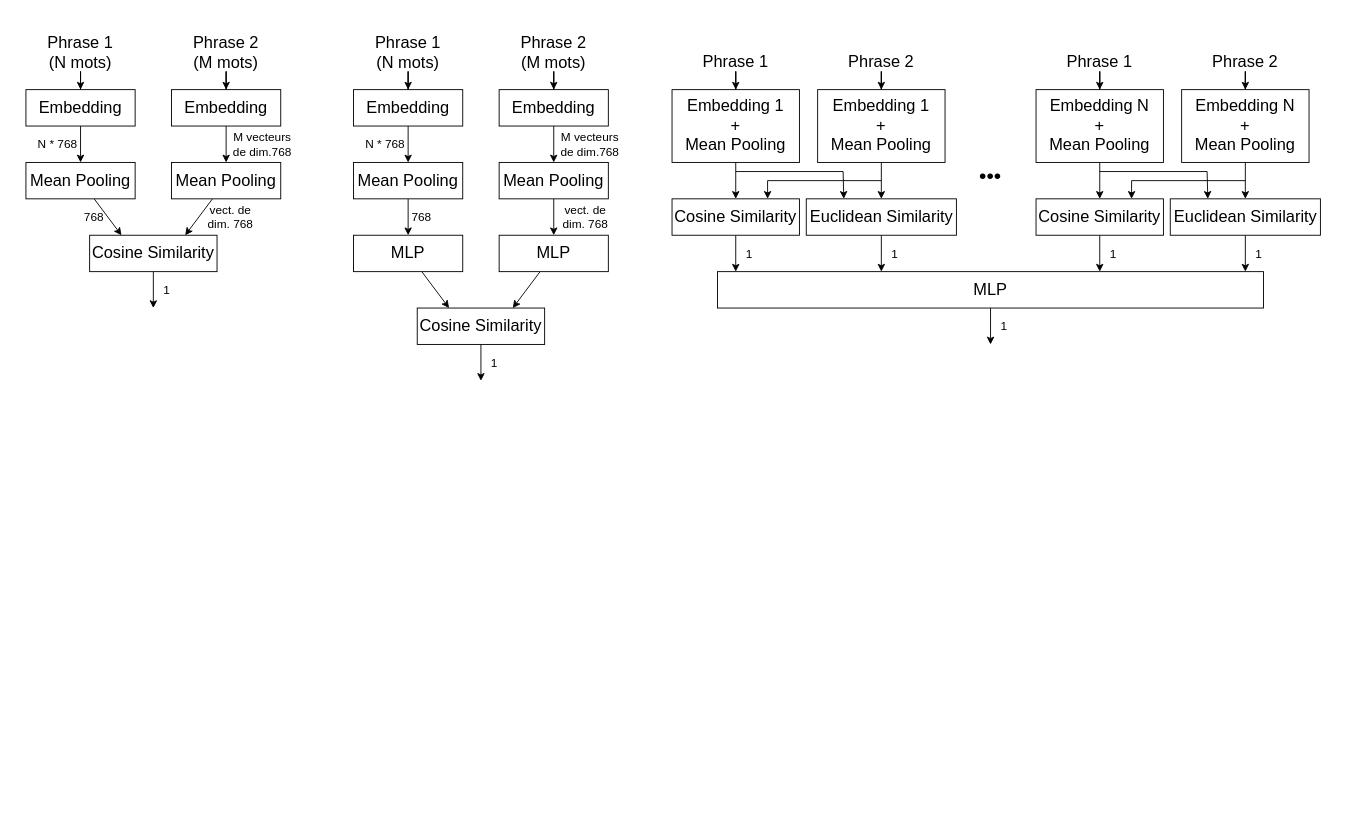
Earlier version of the draw.io diagram rendus/images/schema model.drawio (20228010-Nathan-Schmitt/PRT_IA_TRIZ). Source tidied: cells renumbered, new cells numbered last; positions are measured from the earlier drawing's top-left corner, leaving out a move shared by most shapes. Both pictures are drawn from the tidied source at 91%, with x=0, y=0 at pixel (25, 35).
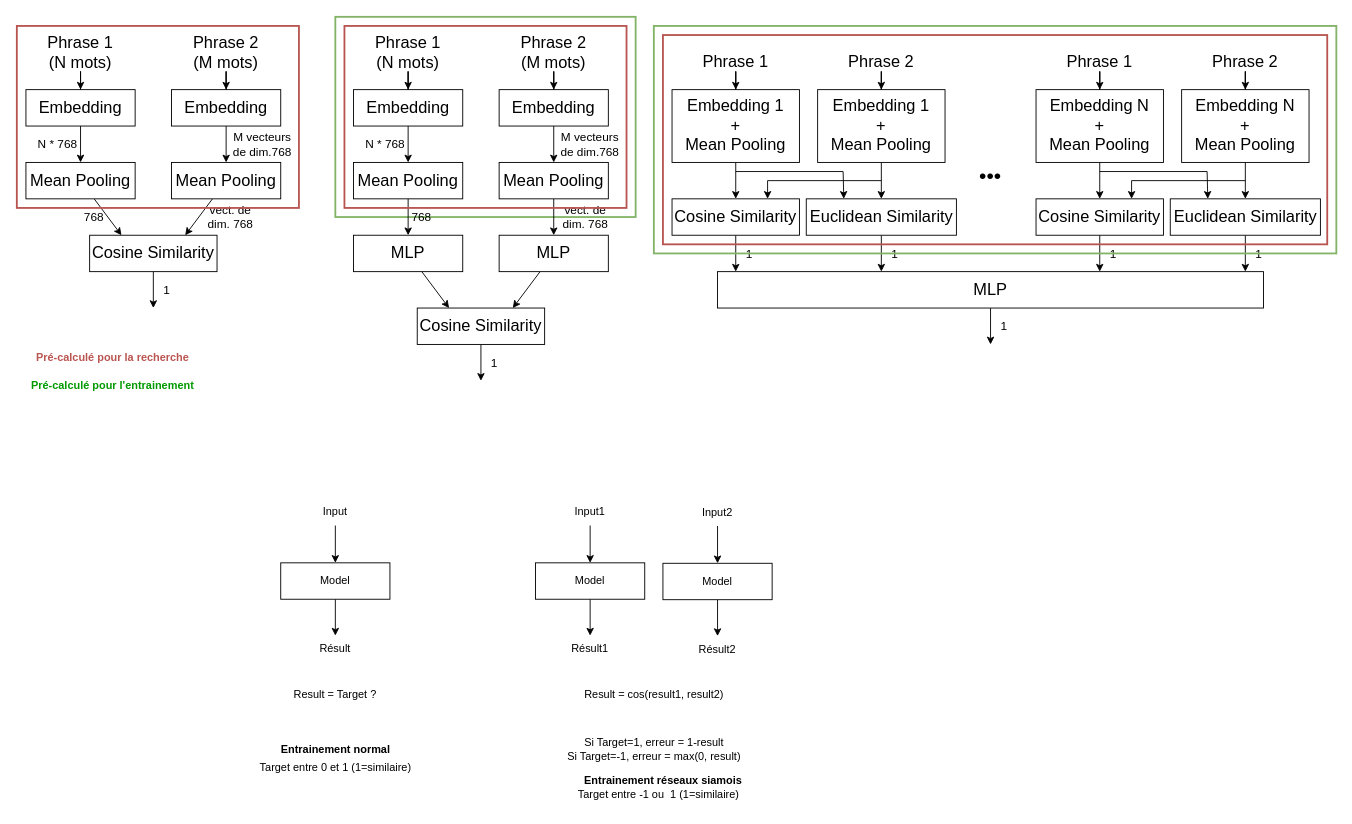
The same page after the edit.

Commit message (it also covers changes not shown here):
Mini modifs

Diff of the diagram source:
```diff
@@
+    <mxCell id="80" style="rounded=0;whiteSpace=wrap;html=1;fillColor=none;strokeColor=#82b366;strokeWidth=2;" parent="1" vertex="1">
+      <mxGeometry x="340" y="-20" width="330" height="220" as="geometry" />
+    </mxCell>
@@
+    <mxCell id="81" style="edgeStyle=orthogonalEdgeStyle;rounded=0;jettySize=auto;html=1;exitX=0.5;exitY=1;exitDx=0;exitDy=0;entryX=0.5;entryY=0;entryDx=0;entryDy=0;" parent="1" edge="1" source="82" target="85">
+      <mxGeometry relative="1" as="geometry" />
+    </mxCell>
+    <mxCell id="82" value="Model" style="rounded=0;whiteSpace=wrap;html=1;" parent="1" vertex="1">
+      <mxGeometry x="280" y="580" width="120" height="40" as="geometry" />
+    </mxCell>
+    <mxCell id="83" style="edgeStyle=orthogonalEdgeStyle;rounded=0;jettySize=auto;html=1;exitX=0.5;exitY=1;exitDx=0;exitDy=0;entryX=0.5;entryY=0;entryDx=0;entryDy=0;" parent="1" edge="1" source="84" target="82">
+      <mxGeometry relative="1" as="geometry" />
+    </mxCell>
+    <mxCell id="84" value="Input" style="text;html=1;strokeColor=none;fillColor=none;align=center;verticalAlign=middle;whiteSpace=wrap;rounded=0;" parent="1" vertex="1">
+      <mxGeometry x="310" y="509" width="60" height="30" as="geometry" />
+    </mxCell>
+    <mxCell id="85" value="Résult" style="text;html=1;strokeColor=none;fillColor=none;align=center;verticalAlign=middle;whiteSpace=wrap;rounded=0;" parent="1" vertex="1">
+      <mxGeometry x="310" y="660" width="60" height="30" as="geometry" />
+    </mxCell>
+    <mxCell id="86" value="Result = Target ?" style="text;html=1;strokeColor=none;fillColor=none;align=center;verticalAlign=middle;whiteSpace=wrap;rounded=0;" parent="1" vertex="1">
+      <mxGeometry x="260" y="710" width="160" height="30" as="geometry" />
+    </mxCell>
+    <mxCell id="87" value="Entrainement normal" style="text;html=1;align=center;verticalAlign=middle;strokeColor=none;fillColor=none;fontStyle=1;" parent="1" vertex="1">
+      <mxGeometry x="270" y="770" width="140" height="30" as="geometry" />
+    </mxCell>
+    <mxCell id="88" style="edgeStyle=orthogonalEdgeStyle;rounded=0;jettySize=auto;html=1;exitX=0.5;exitY=1;exitDx=0;exitDy=0;entryX=0.5;entryY=0;entryDx=0;entryDy=0;" parent="1" edge="1" source="89" target="92">
+      <mxGeometry relative="1" as="geometry" />
+    </mxCell>
+    <mxCell id="89" value="Model" style="rounded=0;whiteSpace=wrap;html=1;" parent="1" vertex="1">
+      <mxGeometry x="560" y="580" width="120" height="40" as="geometry" />
+    </mxCell>
+    <mxCell id="90" style="edgeStyle=orthogonalEdgeStyle;rounded=0;jettySize=auto;html=1;exitX=0.5;exitY=1;exitDx=0;exitDy=0;entryX=0.5;entryY=0;entryDx=0;entryDy=0;" parent="1" edge="1" source="91" target="89">
+      <mxGeometry relative="1" as="geometry" />
+    </mxCell>
+    <mxCell id="91" value="Input1" style="text;html=1;strokeColor=none;fillColor=none;align=center;verticalAlign=middle;whiteSpace=wrap;rounded=0;" parent="1" vertex="1">
+      <mxGeometry x="590" y="509" width="60" height="30" as="geometry" />
+    </mxCell>
+    <mxCell id="92" value="Résult1" style="text;html=1;strokeColor=none;fillColor=none;align=center;verticalAlign=middle;whiteSpace=wrap;rounded=0;" parent="1" vertex="1">
+      <mxGeometry x="590" y="660" width="60" height="30" as="geometry" />
+    </mxCell>
+    <mxCell id="93" style="edgeStyle=orthogonalEdgeStyle;rounded=0;jettySize=auto;html=1;exitX=0.5;exitY=1;exitDx=0;exitDy=0;entryX=0.5;entryY=0;entryDx=0;entryDy=0;" parent="1" edge="1" source="94" target="97">
+      <mxGeometry relative="1" as="geometry" />
+    </mxCell>
+    <mxCell id="94" value="Model" style="rounded=0;whiteSpace=wrap;html=1;" parent="1" vertex="1">
+      <mxGeometry x="700" y="580.5" width="120" height="40" as="geometry" />
+    </mxCell>
+    <mxCell id="95" style="edgeStyle=orthogonalEdgeStyle;rounded=0;jettySize=auto;html=1;exitX=0.5;exitY=1;exitDx=0;exitDy=0;entryX=0.5;entryY=0;entryDx=0;entryDy=0;" parent="1" edge="1" source="96" target="94">
+      <mxGeometry relative="1" as="geometry" />
+    </mxCell>
+    <mxCell id="96" value="Input2" style="text;html=1;strokeColor=none;fillColor=none;align=center;verticalAlign=middle;whiteSpace=wrap;rounded=0;" parent="1" vertex="1">
+      <mxGeometry x="730" y="509.5" width="60" height="30" as="geometry" />
+    </mxCell>
+    <mxCell id="97" value="Résult2" style="text;html=1;strokeColor=none;fillColor=none;align=center;verticalAlign=middle;whiteSpace=wrap;rounded=0;" parent="1" vertex="1">
+      <mxGeometry x="730" y="660.5" width="60" height="30" as="geometry" />
+    </mxCell>
+    <mxCell id="98" value="Target entre 0 et 1 (1=similaire)" style="text;html=1;align=center;verticalAlign=middle;strokeColor=none;fillColor=none;" parent="1" vertex="1">
+      <mxGeometry x="245" y="790" width="190" height="30" as="geometry" />
+    </mxCell>
+    <mxCell id="99" value="Si Target=1, erreur = 1-result&lt;br&gt;Si Target=-1, erreur = max(0, result)" style="text;html=1;align=center;verticalAlign=middle;strokeColor=none;fillColor=none;" parent="1" vertex="1">
+      <mxGeometry x="585" y="765" width="210" height="40" as="geometry" />
+    </mxCell>
+    <mxCell id="100" value="Result = cos(result1, result2)" style="text;html=1;align=center;verticalAlign=middle;strokeColor=none;fillColor=none;" parent="1" vertex="1">
+      <mxGeometry x="600" y="710" width="180" height="30" as="geometry" />
+    </mxCell>
+    <mxCell id="101" value="Target entre -1 ou&amp;nbsp; 1 (1=similaire)" style="text;html=1;align=center;verticalAlign=middle;strokeColor=none;fillColor=none;" parent="1" vertex="1">
+      <mxGeometry x="595" y="820" width="200" height="30" as="geometry" />
+    </mxCell>
+    <mxCell id="102" value="Entrainement réseaux siamois" style="text;html=1;align=center;verticalAlign=middle;strokeColor=none;fillColor=none;fontStyle=1;" parent="1" vertex="1">
+      <mxGeometry x="600" y="805" width="200" height="30" as="geometry" />
+    </mxCell>
+    <mxCell id="103" style="rounded=0;whiteSpace=wrap;html=1;fillColor=none;strokeColor=#b85450;strokeWidth=2;" parent="1" vertex="1">
+      <mxGeometry x="-10" y="-10" width="310" height="200" as="geometry" />
+    </mxCell>
+    <mxCell id="104" value="Pré-calculé pour la recherche" style="text;html=1;align=center;verticalAlign=middle;strokeColor=none;fillColor=none;fontColor=#BA5551;fontStyle=1;" parent="1" vertex="1">
+      <mxGeometry y="340" width="190" height="30" as="geometry" />
+    </mxCell>
+    <mxCell id="105" style="rounded=0;whiteSpace=wrap;html=1;fillColor=none;strokeColor=#b85450;strokeWidth=2;" parent="1" vertex="1">
+      <mxGeometry x="350" y="-10" width="310" height="200" as="geometry" />
+    </mxCell>
+    <mxCell id="106" value="Pré-calculé pour l'entrainement" style="text;html=1;align=center;verticalAlign=middle;strokeColor=none;fillColor=none;fontColor=#009900;fontStyle=1;" parent="1" vertex="1">
+      <mxGeometry x="-5" y="370" width="200" height="30" as="geometry" />
+    </mxCell>
+    <mxCell id="107" style="rounded=0;whiteSpace=wrap;html=1;fillColor=none;strokeColor=#82b366;strokeWidth=2;" parent="1" vertex="1">
+      <mxGeometry x="690" y="-10" width="750" height="250" as="geometry" />
+    </mxCell>
+    <mxCell id="108" style="rounded=0;whiteSpace=wrap;html=1;fillColor=none;strokeColor=#b85450;strokeWidth=2;" parent="1" vertex="1">
+      <mxGeometry x="700" width="730" height="230" as="geometry" />
+    </mxCell>
```
